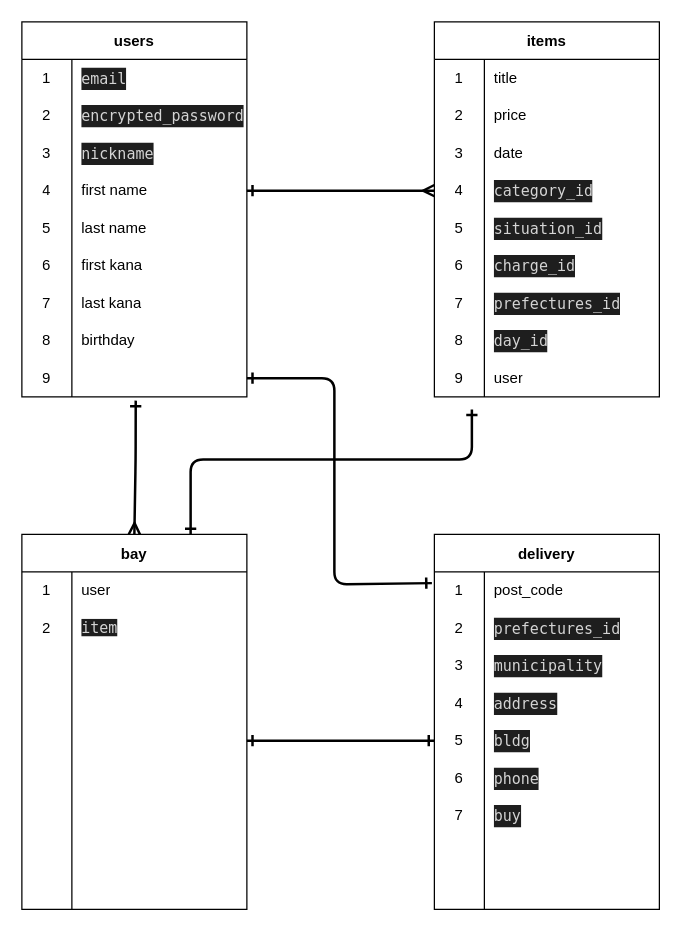
Before: datebase.dio in kaito-2327/furima-39234, a draw.io diagram. Source tidied: cells renumbered, new cells numbered last; positions are measured from the earlier drawing's top-left corner, leaving out a move shared by most shapes. Both pictures are drawn from the tidied source at 125%, with x=0, y=0 at pixel (21, 21).
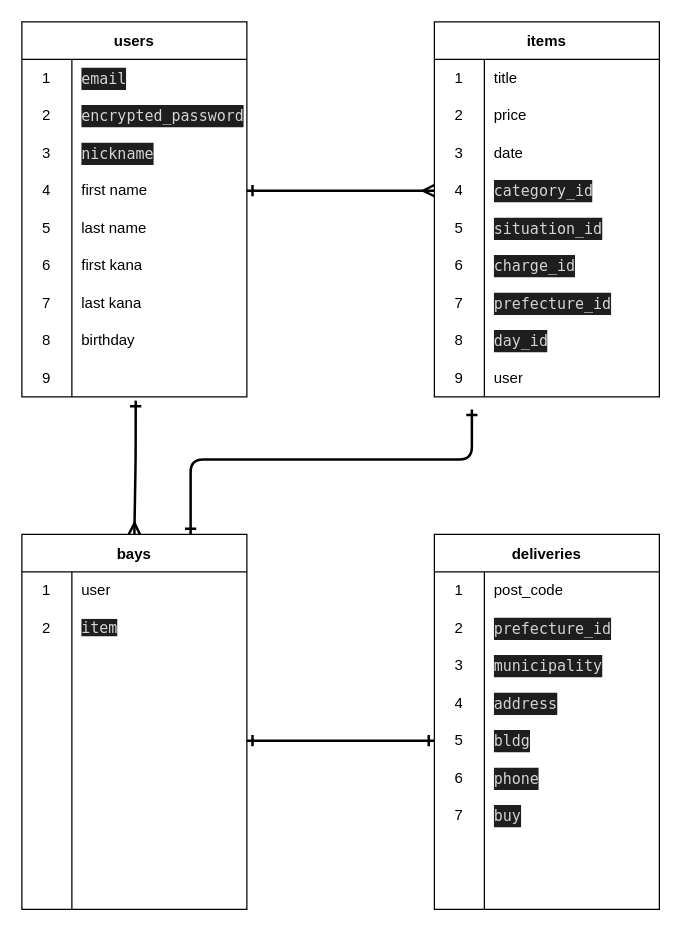
The same page after the edit.

Unchanged cells that the change refers to:
```xml
<mxCell id="27" style="shape=tableRow;horizontal=0;startSize=0;swimlaneHead=0;swimlaneBody=0;top=0;left=0;bottom=0;right=0;fillColor=none;points=[[0,0.5],[1,0.5]];portConstraint=eastwest;" parent="2" vertex="1">
  <mxGeometry y="270" width="180" height="30" as="geometry" />
</mxCell>
<mxCell id="49" style="shape=tableRow;horizontal=0;startSize=0;swimlaneHead=0;swimlaneBody=0;top=0;left=0;bottom=0;right=0;fillColor=none;" parent="30" vertex="1">
  <mxGeometry y="210" width="180" height="30" as="geometry" />
</mxCell>
<mxCell id="89" style="shape=tableRow;horizontal=0;startSize=0;swimlaneHead=0;swimlaneBody=0;top=0;left=0;bottom=0;right=0;fillColor=none;points=[[0,0.5],[1,0.5]];portConstraint=eastwest;" parent="88" vertex="1">
  <mxGeometry y="30" width="180" height="30" as="geometry" />
</mxCell>
<mxCell id="92" style="shape=tableRow;horizontal=0;startSize=0;swimlaneHead=0;swimlaneBody=0;top=0;left=0;bottom=0;right=0;fillColor=none;" parent="88" vertex="1">
  <mxGeometry y="60" width="180" height="30" as="geometry" />
</mxCell>
```

What changed in the source:
```diff
@@
-    <mxCell id="51" value="&lt;div style=&quot;color: rgb(212, 212, 212); background-color: rgb(30, 30, 30); font-family: Menlo, Monaco, &amp;quot;Courier New&amp;quot;, monospace; line-height: 18px;&quot;&gt;prefectures_id&lt;/div&gt;" style="shape=partialRectangle;html=1;whiteSpace=wrap;fillColor=none;top=0;left=0;bottom=0;right=0;align=left;spacingLeft=6;overflow=hidden;" parent="49" vertex="1">
+    <mxCell id="51" value="&lt;div style=&quot;color: rgb(212, 212, 212); background-color: rgb(30, 30, 30); font-family: Menlo, Monaco, &amp;quot;Courier New&amp;quot;, monospace; line-height: 18px;&quot;&gt;prefecture_id&lt;/div&gt;" style="shape=partialRectangle;html=1;whiteSpace=wrap;fillColor=none;top=0;left=0;bottom=0;right=0;align=left;spacingLeft=6;overflow=hidden;" parent="49" vertex="1">
       <mxGeometry x="40" width="140" height="30" as="geometry" />
     </mxCell>
@@
-    <mxCell id="60" value="bay" style="shape=table;startSize=30;childLayout=tableLayout;rowLines=0;fontStyle=1;" parent="1" vertex="1">
+    <mxCell id="60" value="bays" style="shape=table;startSize=30;childLayout=tableLayout;rowLines=0;fontStyle=1;" parent="1" vertex="1">
       <mxGeometry y="410" width="180" height="300" as="geometry" />
     </mxCell>
@@
-    <mxCell id="88" value="delivery" style="shape=table;startSize=30;childLayout=tableLayout;rowLines=0;fontStyle=1;" parent="1" vertex="1">
+    <mxCell id="88" value="deliveries" style="shape=table;startSize=30;childLayout=tableLayout;rowLines=0;fontStyle=1;" parent="1" vertex="1">
       <mxGeometry x="330" y="410" width="180" height="300" as="geometry" />
     </mxCell>
@@
-    <mxCell id="94" value="&lt;div style=&quot;color: rgb(212, 212, 212); background-color: rgb(30, 30, 30); font-family: Menlo, Monaco, &amp;quot;Courier New&amp;quot;, monospace; line-height: 18px;&quot;&gt;&lt;div style=&quot;line-height: 18px;&quot;&gt;prefectures_id&lt;/div&gt;&lt;/div&gt;" style="shape=partialRectangle;html=1;whiteSpace=wrap;fillColor=none;top=0;left=0;bottom=0;right=0;align=left;spacingLeft=6;overflow=hidden;" parent="92" vertex="1">
+    <mxCell id="94" value="&lt;div style=&quot;color: rgb(212, 212, 212); background-color: rgb(30, 30, 30); font-family: Menlo, Monaco, &amp;quot;Courier New&amp;quot;, monospace; line-height: 18px;&quot;&gt;&lt;div style=&quot;line-height: 18px;&quot;&gt;prefecture_id&lt;/div&gt;&lt;/div&gt;" style="shape=partialRectangle;html=1;whiteSpace=wrap;fillColor=none;top=0;left=0;bottom=0;right=0;align=left;spacingLeft=6;overflow=hidden;" parent="92" vertex="1">
       <mxGeometry x="40" width="140" height="30" as="geometry" />
     </mxCell>
@@
-    <mxCell id="118" style="edgeStyle=none;html=1;exitX=1;exitY=0.5;exitDx=0;exitDy=0;entryX=-0.011;entryY=0.3;entryDx=0;entryDy=0;entryPerimeter=0;strokeWidth=2;endArrow=ERone;endFill=0;startArrow=ERone;startFill=0;" parent="1" edge="1" source="27" target="89">
-      <mxGeometry relative="1" as="geometry">
-        <Array as="points">
-          <mxPoint x="250" y="285" />
-          <mxPoint x="250" y="450" />
-        </Array>
-      </mxGeometry>
-    </mxCell>
```
